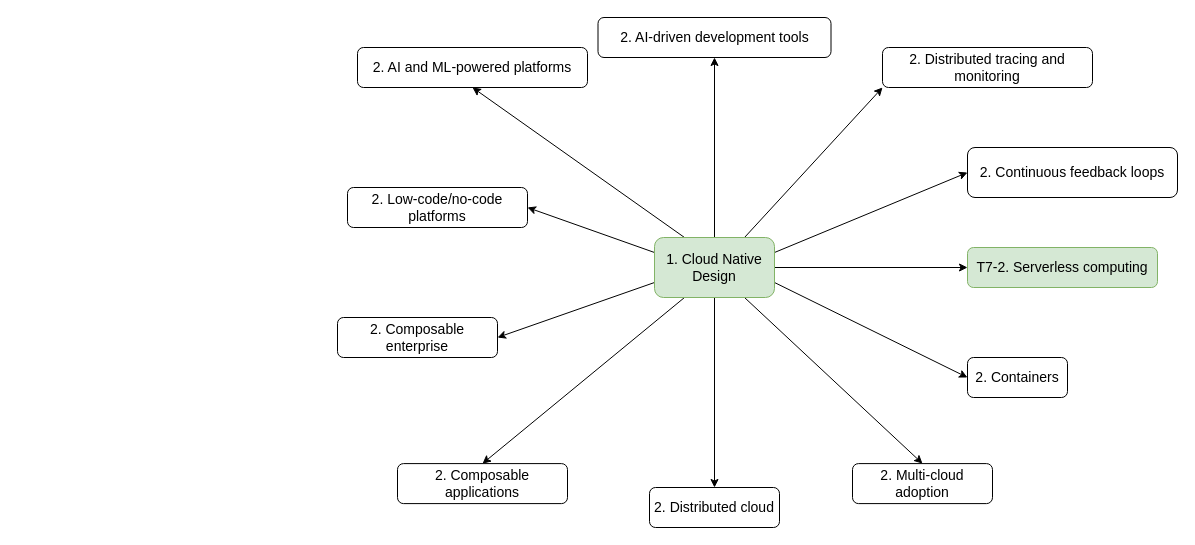
Before: page "T1-1. Cloud Native Design" (2 of 8) of FiveWhatSoftwareArch.drawio in Gaur4vGaur/probable-octo, a draw.io diagram. Source tidied: cells renumbered, new cells numbered last; positions are measured from the earlier drawing's top-left corner, leaving out a move shared by most shapes. Both pictures are drawn from the tidied source at 100%, with x=0, y=0 at pixel (337, 17).
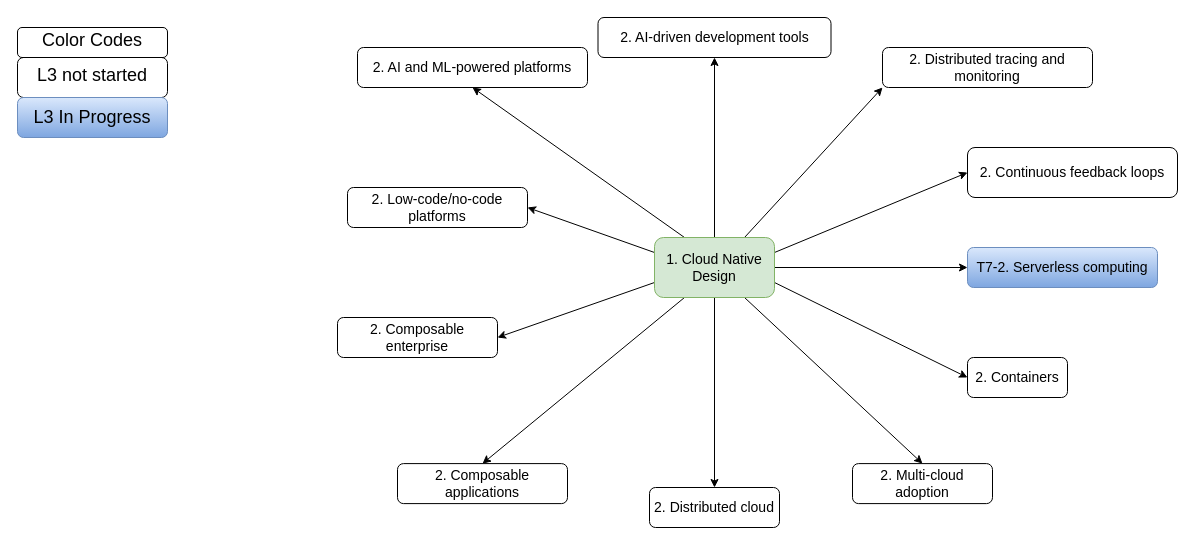
The same diagram, later.

Diff of the diagram source:
```diff
@@
-    <mxCell id="14" value="&lt;span style=&quot;color: rgb(0, 0, 0); font-family: Helvetica; font-size: 14px; font-style: normal; font-variant-ligatures: normal; font-variant-caps: normal; font-weight: 400; letter-spacing: normal; orphans: 2; text-align: left; text-indent: 0px; text-transform: none; widows: 2; word-spacing: 0px; -webkit-text-stroke-width: 0px; text-decoration-thickness: initial; text-decoration-style: initial; text-decoration-color: initial; float: none; display: inline !important;&quot;&gt;T7-2. Serverless computing&lt;/span&gt;" style="rounded=1;whiteSpace=wrap;html=1;fontSize=14;labelBackgroundColor=none;fillColor=#d5e8d4;strokeColor=#82b366;" parent="1" vertex="1">
+    <mxCell id="14" value="&lt;span style=&quot;color: rgb(0, 0, 0); font-family: Helvetica; font-size: 14px; font-style: normal; font-variant-ligatures: normal; font-variant-caps: normal; font-weight: 400; letter-spacing: normal; orphans: 2; text-align: left; text-indent: 0px; text-transform: none; widows: 2; word-spacing: 0px; -webkit-text-stroke-width: 0px; text-decoration-thickness: initial; text-decoration-style: initial; text-decoration-color: initial; float: none; display: inline !important;&quot;&gt;T7-2. Serverless computing&lt;/span&gt;" style="rounded=1;whiteSpace=wrap;html=1;fontSize=14;labelBackgroundColor=none;fillColor=#dae8fc;strokeColor=#6c8ebf;gradientColor=#7ea6e0;" parent="1" vertex="1">
       <mxGeometry x="630" y="230" width="190" height="40" as="geometry" />
     </mxCell>
@@
+    <mxCell id="25" value="L3 not started&lt;span style=&quot;background-color: initial; font-size: 18px;&quot;&gt;&lt;br style=&quot;font-size: 18px;&quot;&gt;&lt;/span&gt;&lt;ul style=&quot;--tw-border-spacing-x: 0; --tw-border-spacing-y: 0; --tw-translate-x: 0; --tw-translate-y: 0; --tw-rotate: 0; --tw-skew-x: 0; --tw-skew-y: 0; --tw-scale-x: 1; --tw-scale-y: 1; --tw-pan-x: ; --tw-pan-y: ; --tw-pinch-zoom: ; --tw-scroll-snap-strictness: proximity; --tw-ordinal: ; --tw-slashed-zero: ; --tw-numeric-figure: ; --tw-numeric-spacing: ; --tw-numeric-fraction: ; --tw-ring-inset: ; --tw-ring-offset-width: 0px; --tw-ring-offset-color: #fff; --tw-ring-color: rgb(59 130 246 / .5); --tw-ring-offset-shadow: 0 0 #0000; --tw-ring-shadow: 0 0 #0000; --tw-shadow: 0 0 #0000; --tw-shadow-colored: 0 0 #0000; --tw-blur: ; --tw-brightness: ; --tw-contrast: ; --tw-grayscale: ; --tw-hue-rotate: ; --tw-invert: ; --tw-saturate: ; --tw-sepia: ; --tw-drop-shadow: ; --tw-backdrop-blur: ; --tw-backdrop-brightness: ; --tw-backdrop-contrast: ; --tw-backdrop-grayscale: ; --tw-backdrop-hue-rotate: ; --tw-backdrop-invert: ; --tw-backdrop-opacity: ; --tw-backdrop-saturate: ; --tw-backdrop-sepia: ; margin: 4px 0px; padding-inline-start: 36px; font-size: 18px;&quot;&gt;&lt;span style=&quot;--tw-border-spacing-x: 0; --tw-border-spacing-y: 0; --tw-translate-x: 0; --tw-translate-y: 0; --tw-rotate: 0; --tw-skew-x: 0; --tw-skew-y: 0; --tw-scale-x: 1; --tw-scale-y: 1; --tw-pan-x: ; --tw-pan-y: ; --tw-pinch-zoom: ; --tw-scroll-snap-strictness: proximity; --tw-ordinal: ; --tw-slashed-zero: ; --tw-numeric-figure: ; --tw-numeric-spacing: ; --tw-numeric-fraction: ; --tw-ring-inset: ; --tw-ring-offset-width: 0px; --tw-ring-offset-color: #fff; --tw-ring-color: rgb(59 130 246 / .5); --tw-ring-offset-shadow: 0 0 #0000; --tw-ring-shadow: 0 0 #0000; --tw-shadow: 0 0 #0000; --tw-shadow-colored: 0 0 #0000; --tw-blur: ; --tw-brightness: ; --tw-contrast: ; --tw-grayscale: ; --tw-hue-rotate: ; --tw-invert: ; --tw-saturate: ; --tw-sepia: ; --tw-drop-shadow: ; --tw-backdrop-blur: ; --tw-backdrop-brightness: ; --tw-backdrop-contrast: ; --tw-backdrop-grayscale: ; --tw-backdrop-hue-rotate: ; --tw-backdrop-invert: ; --tw-backdrop-opacity: ; --tw-backdrop-saturate: ; --tw-backdrop-sepia: ; color: rgb(227, 227, 227); font-family: &amp;quot;Google Sans&amp;quot;, &amp;quot;Helvetica Neue&amp;quot;, sans-serif; font-size: 18px; text-align: start; background-color: rgb(19, 19, 20);&quot;&gt;&lt;/span&gt;&lt;/ul&gt;" style="rounded=1;whiteSpace=wrap;html=1;fontSize=18;" parent="1" vertex="1">
+      <mxGeometry x="-320" y="40" width="150" height="40" as="geometry" />
+    </mxCell>
+    <mxCell id="26" value="Color Codes&lt;span style=&quot;background-color: initial; font-size: 18px;&quot;&gt;&lt;br style=&quot;font-size: 18px;&quot;&gt;&lt;/span&gt;&lt;ul style=&quot;--tw-border-spacing-x: 0; --tw-border-spacing-y: 0; --tw-translate-x: 0; --tw-translate-y: 0; --tw-rotate: 0; --tw-skew-x: 0; --tw-skew-y: 0; --tw-scale-x: 1; --tw-scale-y: 1; --tw-pan-x: ; --tw-pan-y: ; --tw-pinch-zoom: ; --tw-scroll-snap-strictness: proximity; --tw-ordinal: ; --tw-slashed-zero: ; --tw-numeric-figure: ; --tw-numeric-spacing: ; --tw-numeric-fraction: ; --tw-ring-inset: ; --tw-ring-offset-width: 0px; --tw-ring-offset-color: #fff; --tw-ring-color: rgb(59 130 246 / .5); --tw-ring-offset-shadow: 0 0 #0000; --tw-ring-shadow: 0 0 #0000; --tw-shadow: 0 0 #0000; --tw-shadow-colored: 0 0 #0000; --tw-blur: ; --tw-brightness: ; --tw-contrast: ; --tw-grayscale: ; --tw-hue-rotate: ; --tw-invert: ; --tw-saturate: ; --tw-sepia: ; --tw-drop-shadow: ; --tw-backdrop-blur: ; --tw-backdrop-brightness: ; --tw-backdrop-contrast: ; --tw-backdrop-grayscale: ; --tw-backdrop-hue-rotate: ; --tw-backdrop-invert: ; --tw-backdrop-opacity: ; --tw-backdrop-saturate: ; --tw-backdrop-sepia: ; margin: 4px 0px; padding-inline-start: 36px; font-size: 18px;&quot;&gt;&lt;span style=&quot;--tw-border-spacing-x: 0; --tw-border-spacing-y: 0; --tw-translate-x: 0; --tw-translate-y: 0; --tw-rotate: 0; --tw-skew-x: 0; --tw-skew-y: 0; --tw-scale-x: 1; --tw-scale-y: 1; --tw-pan-x: ; --tw-pan-y: ; --tw-pinch-zoom: ; --tw-scroll-snap-strictness: proximity; --tw-ordinal: ; --tw-slashed-zero: ; --tw-numeric-figure: ; --tw-numeric-spacing: ; --tw-numeric-fraction: ; --tw-ring-inset: ; --tw-ring-offset-width: 0px; --tw-ring-offset-color: #fff; --tw-ring-color: rgb(59 130 246 / .5); --tw-ring-offset-shadow: 0 0 #0000; --tw-ring-shadow: 0 0 #0000; --tw-shadow: 0 0 #0000; --tw-shadow-colored: 0 0 #0000; --tw-blur: ; --tw-brightness: ; --tw-contrast: ; --tw-grayscale: ; --tw-hue-rotate: ; --tw-invert: ; --tw-saturate: ; --tw-sepia: ; --tw-drop-shadow: ; --tw-backdrop-blur: ; --tw-backdrop-brightness: ; --tw-backdrop-contrast: ; --tw-backdrop-grayscale: ; --tw-backdrop-hue-rotate: ; --tw-backdrop-invert: ; --tw-backdrop-opacity: ; --tw-backdrop-saturate: ; --tw-backdrop-sepia: ; color: rgb(227, 227, 227); font-family: &amp;quot;Google Sans&amp;quot;, &amp;quot;Helvetica Neue&amp;quot;, sans-serif; font-size: 18px; text-align: start; background-color: rgb(19, 19, 20);&quot;&gt;&lt;/span&gt;&lt;/ul&gt;" style="rounded=1;whiteSpace=wrap;html=1;fontSize=18;" parent="1" vertex="1">
+      <mxGeometry x="-320" y="10" width="150" height="30" as="geometry" />
+    </mxCell>
+    <mxCell id="27" value="L3 In Progress" style="rounded=1;whiteSpace=wrap;html=1;fontSize=18;fillColor=#dae8fc;strokeColor=#6c8ebf;gradientColor=#7ea6e0;" parent="1" vertex="1">
+      <mxGeometry x="-320" y="80" width="150" height="40" as="geometry" />
+    </mxCell>
```
